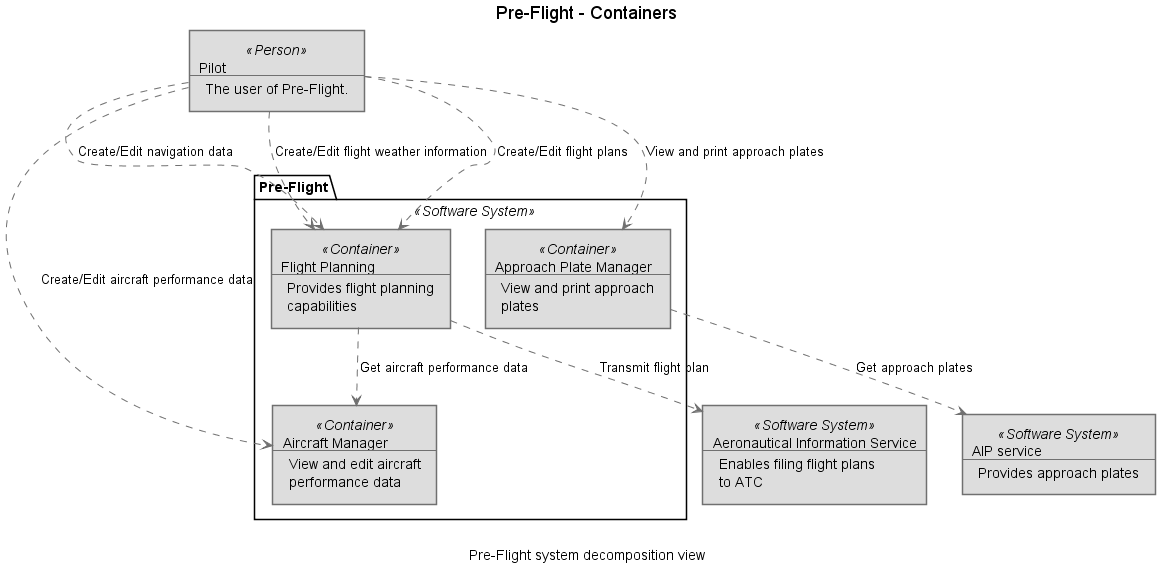
rdnp/pre-flight keeps this PlantUML diagram as de.rdnp.preflight.architecture/doc/Pre-Flight - Containers.png. Above is the earlier version. Source of this version:
```plantuml
@startuml(id=System_Decomposition)
scale max 2000x2000
title Pre-Flight - Containers
caption Pre-Flight system decomposition view

skinparam {
  shadowing false
  arrowColor #707070
  actorBorderColor #707070
  componentBorderColor #707070
  rectangleBorderColor #707070
  noteBackgroundColor #ffffff
  noteBorderColor #707070
}
rectangle 4 <<Software System>> #dddddd [
  AIP service
  --
  Provides approach plates
]
rectangle 3 <<Software System>> #dddddd [
  Aeronautical Information Service
  --
  Enables filing flight plans
  to ATC
]
rectangle 1 <<Person>> #dddddd [
  Pilot
  --
  The user of Pre-Flight.
]
package "Pre-Flight" <<Software System>> {
  rectangle 12 <<Container>> #dddddd [
    Aircraft Manager
    --
    View and edit aircraft
    performance data
  ]
  rectangle 11 <<Container>> #dddddd [
    Approach Plate Manager
    --
    View and print approach
    plates
  ]
  rectangle 10 <<Container>> #dddddd [
    Flight Planning
    --
    Provides flight planning
    capabilities
  ]
}
11 .[#707070].> 4 : Get approach plates
10 .[#707070].> 3 : Transmit flight plan
10 .[#707070].> 12 : Get aircraft performance data
1 .[#707070].> 12 : Create/Edit aircraft performance data
1 .[#707070].> 11 : View and print approach plates
1 .[#707070].> 10 : Create/Edit navigation data
1 .[#707070].> 10 : Create/Edit flight weather information
1 .[#707070].> 10 : Create/Edit flight plans
@enduml
```
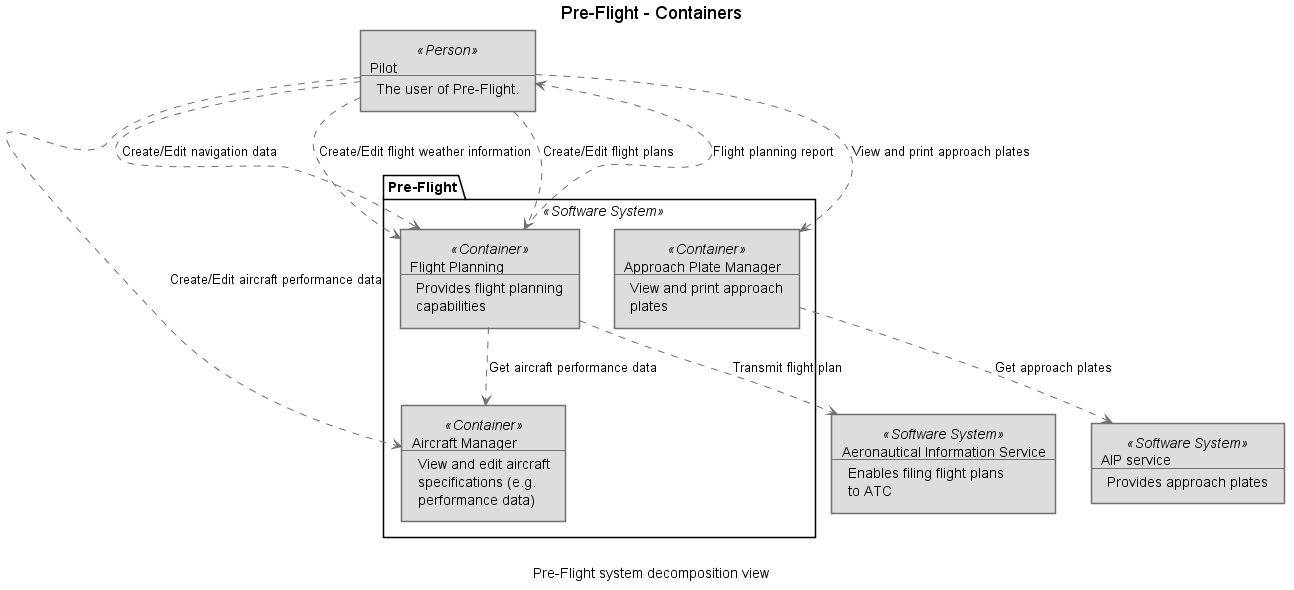
Later version of the same file.

Change to the diagram source:
```diff
@@ -29,31 +29,33 @@
   The user of Pre-Flight.
 ]
 package "Pre-Flight" <<Software System>> {
-  rectangle 12 <<Container>> #dddddd [
+  rectangle 10 <<Container>> #dddddd [
     Aircraft Manager
     --
     View and edit aircraft
-    performance data
+    specifications (e.g.
+    performance data)
   ]
-  rectangle 11 <<Container>> #dddddd [
+  rectangle 53 <<Container>> #dddddd [
     Approach Plate Manager
     --
     View and print approach
     plates
   ]
-  rectangle 10 <<Container>> #dddddd [
+  rectangle 22 <<Container>> #dddddd [
     Flight Planning
     --
     Provides flight planning
     capabilities
   ]
 }
-11 .[#707070].> 4 : Get approach plates
-10 .[#707070].> 3 : Transmit flight plan
-10 .[#707070].> 12 : Get aircraft performance data
-1 .[#707070].> 12 : Create/Edit aircraft performance data
-1 .[#707070].> 11 : View and print approach plates
-1 .[#707070].> 10 : Create/Edit navigation data
-1 .[#707070].> 10 : Create/Edit flight weather information
-1 .[#707070].> 10 : Create/Edit flight plans
+53 .[#707070].> 4 : Get approach plates
+22 .[#707070].> 3 : Transmit flight plan
+22 .[#707070].> 10 : Get aircraft performance data
+22 .[#707070].> 1 : Flight planning report
+1 .[#707070].> 10 : Create/Edit aircraft performance data
+1 .[#707070].> 53 : View and print approach plates
+1 .[#707070].> 22 : Create/Edit navigation data
+1 .[#707070].> 22 : Create/Edit flight weather information
+1 .[#707070].> 22 : Create/Edit flight plans
 @enduml
```
